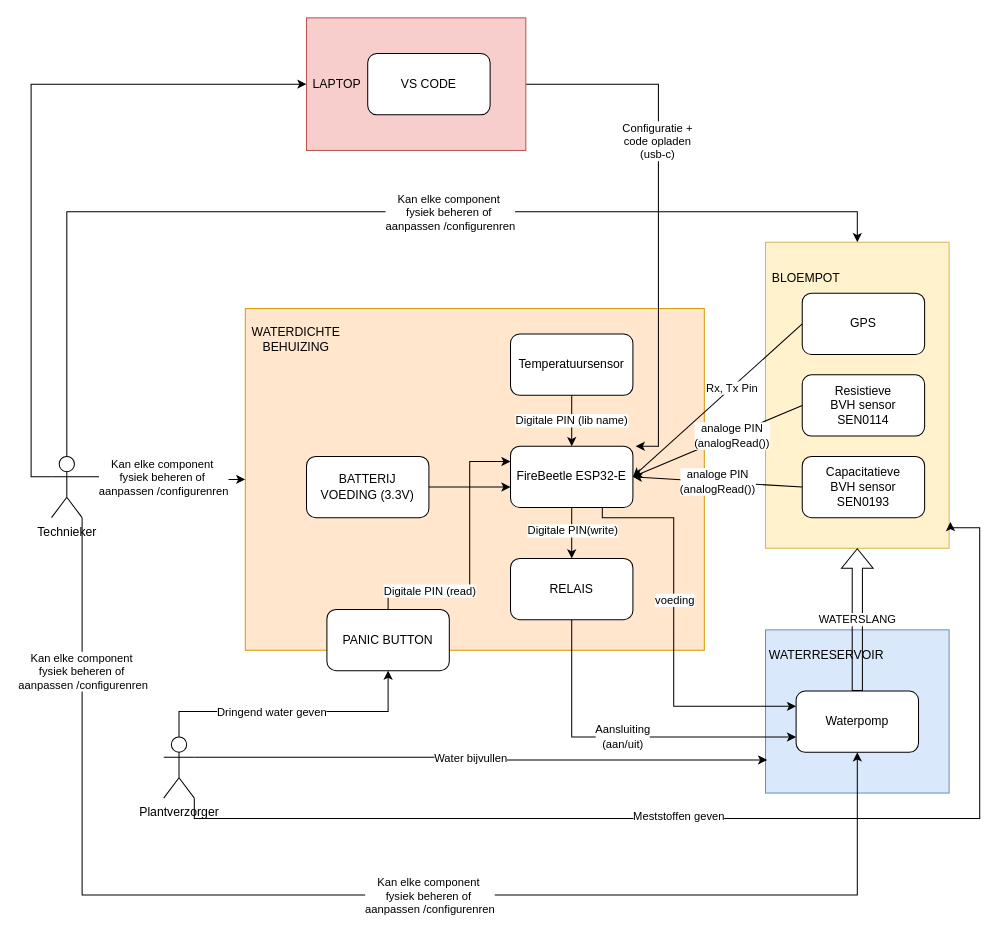
This is Plantbewateringssysteem.drawio from CruZxPog/Plantbewateringssysteem, a draw.io file, before an edit. Source tidied: cells renumbered, new cells numbered last; positions are measured from the earlier drawing's top-left corner, leaving out a move shared by most shapes. Both pictures are drawn from the tidied source at 102%, with x=0, y=0 at pixel (51, 17).
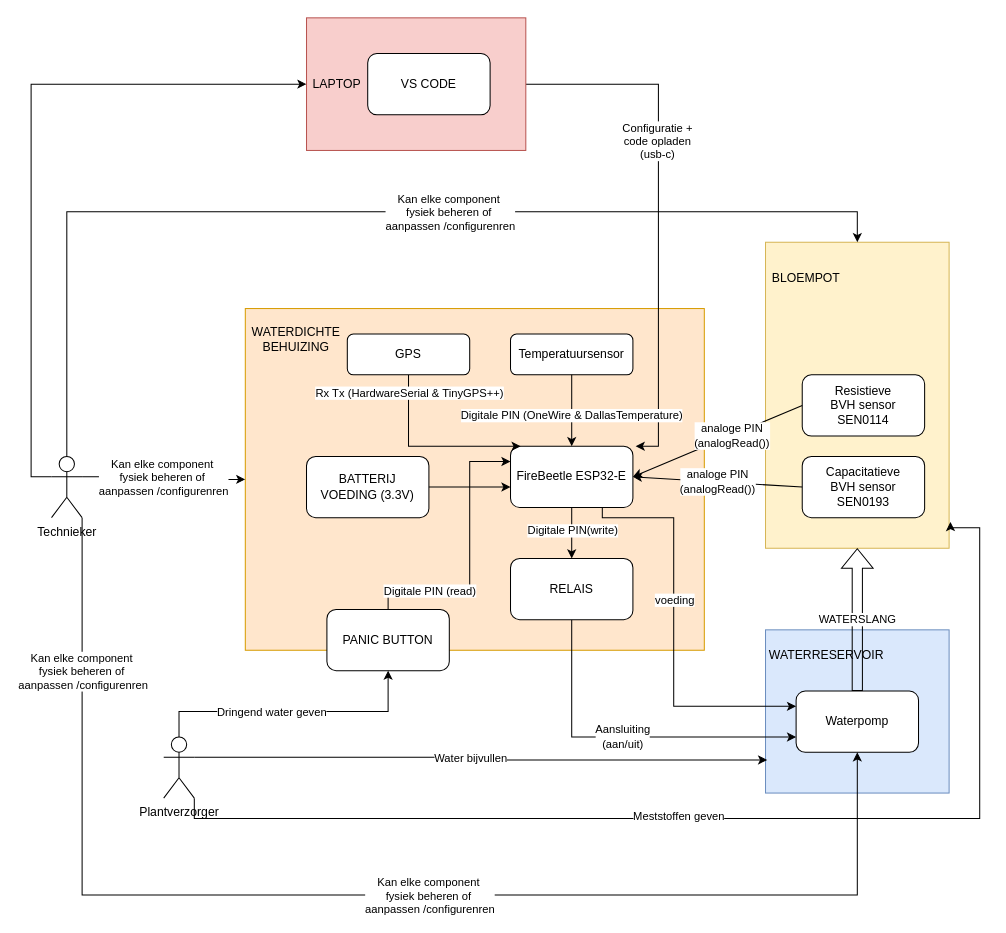
After the change.

Unchanged cells that the change refers to:
```xml
<mxCell id="9" value="FireBeetle ESP32&lt;span style=&quot;background-color: transparent; color: light-dark(rgb(0, 0, 0), rgb(255, 255, 255));&quot;&gt;-E&lt;/span&gt;" style="rounded=1;whiteSpace=wrap;html=1;" parent="1" vertex="1">
  <mxGeometry x="450" y="420" width="120" height="60" as="geometry" />
</mxCell>
```

The edit, as a diff of the source:
```diff
@@
     <mxCell id="10" value="Temperatuursensor" style="rounded=1;whiteSpace=wrap;html=1;" parent="1" vertex="1">
-      <mxGeometry x="450" y="310" width="120" height="60" as="geometry" />
+      <mxGeometry x="450" y="310" width="120" height="40" as="geometry" />
     </mxCell>
@@
-    <mxCell id="16" value="Digitale PIN (lib name)" style="endArrow=classic;html=1;rounded=0;exitX=0.5;exitY=1;exitDx=0;exitDy=0;entryX=0.5;entryY=0;entryDx=0;entryDy=0;" parent="1" edge="1" source="10" target="9">
-      <mxGeometry relative="1" as="geometry" />
-    </mxCell>
@@
+    <mxCell id="52" style="edgeStyle=orthogonalEdgeStyle;rounded=0;jettySize=auto;html=1;exitX=0.5;exitY=1;exitDx=0;exitDy=0;entryX=0.083;entryY=0;entryDx=0;entryDy=0;entryPerimeter=0;" parent="1" edge="1" source="51" target="9">
+      <mxGeometry relative="1" as="geometry">
+        <Array as="points">
+          <mxPoint x="350" y="420" />
+        </Array>
+      </mxGeometry>
+    </mxCell>
+    <mxCell id="54" value="Rx Tx (HardwareSerial &amp;amp; TinyGPS++)" style="edgeLabel;html=1;align=center;verticalAlign=middle;" parent="52" vertex="1">
+      <mxGeometry x="-0.8" relative="1" as="geometry">
+        <mxPoint y="-1" as="offset" />
+      </mxGeometry>
+    </mxCell>
     <mxCell id="51" value="GPS" style="rounded=1;whiteSpace=wrap;html=1;" parent="1" vertex="1">
-      <mxGeometry x="736" y="270" width="120" height="60" as="geometry" />
+      <mxGeometry x="290" y="310" width="120" height="40" as="geometry" />
     </mxCell>
-    <mxCell id="52" style="endArrow=classic;html=1;rounded=0;entryX=1;entryY=0.5;entryDx=0;entryDy=0;exitX=0;exitY=0.5;exitDx=0;exitDy=0;" parent="1" edge="1" source="51" target="9">
-      <mxGeometry relative="1" as="geometry" />
-    </mxCell>
-    <mxCell id="53" value="Rx, Tx Pin" style="edgeLabel;html=1;align=center;verticalAlign=middle;" parent="52" vertex="1">
-      <mxGeometry x="-0.17" relative="1" as="geometry" />
-    </mxCell>
+    <mxCell id="16" value="Digitale PIN (OneWire &amp;amp; DallasTemperature)" style="endArrow=classic;html=1;rounded=0;exitX=0.5;exitY=1;exitDx=0;exitDy=0;entryX=0.5;entryY=0;entryDx=0;entryDy=0;" parent="1" edge="1" source="10" target="9">
+      <mxGeometry x="0.14" relative="1" as="geometry" />
+    </mxCell>
```
